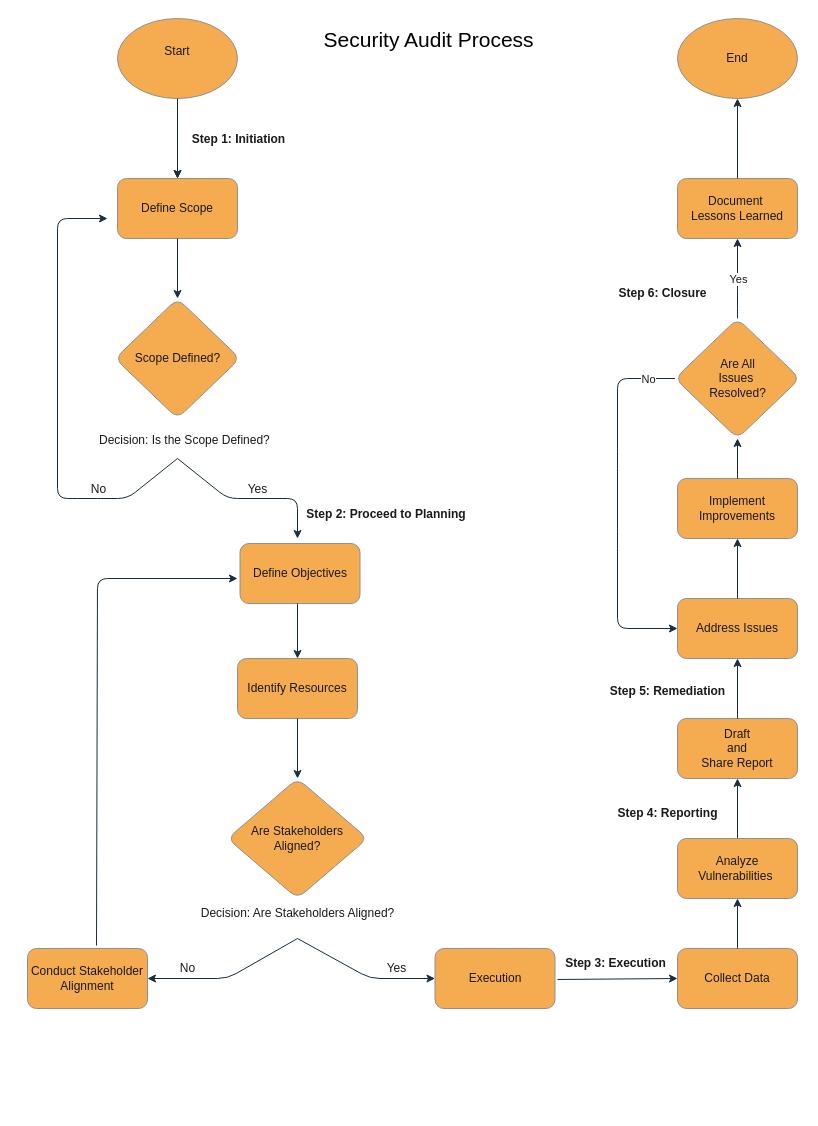
CJWasson/Security-Audit-Botium-Toys keeps this draw.io diagram as Visuals/Security_Audit_Process_Flowchart.drawio. Above is the earlier version. Source tidied: cells renumbered, new cells numbered last; positions are measured from the earlier drawing's top-left corner, leaving out a move shared by most shapes. Both pictures are drawn from the tidied source at 100%, with x=0, y=0 at pixel (27, 18).
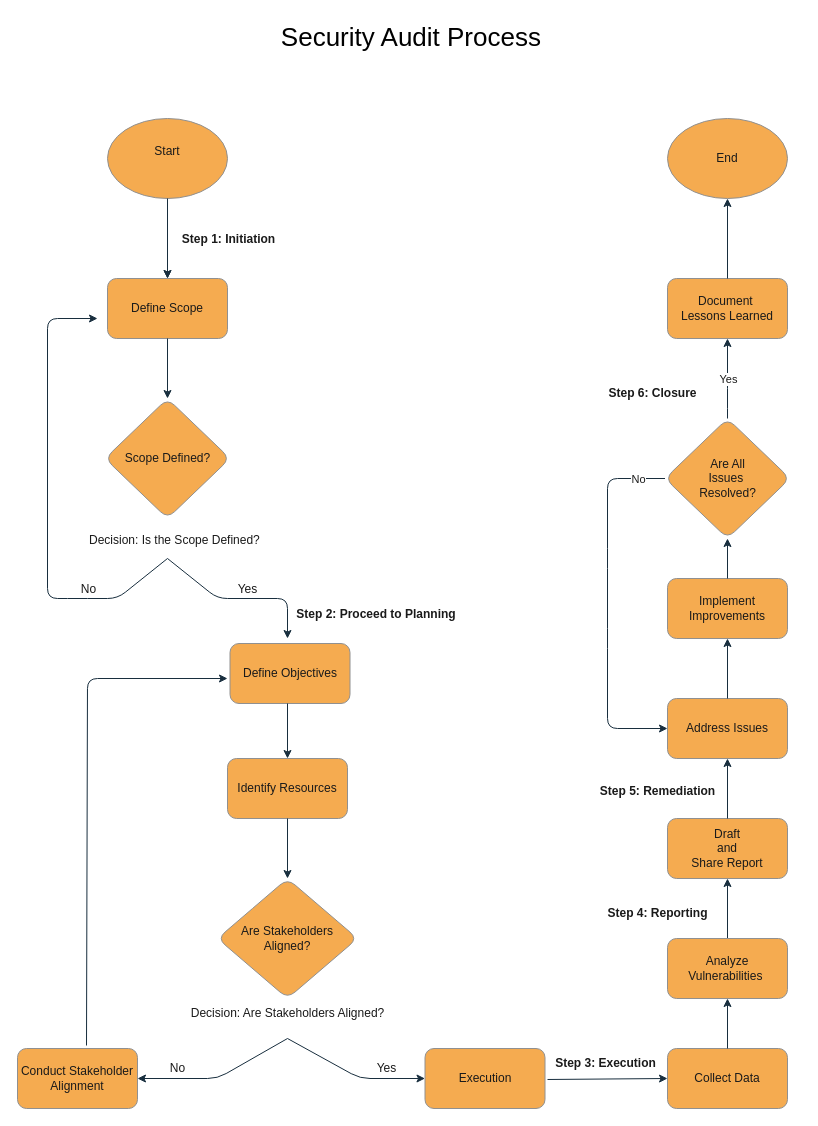
The same page after the edit.

Change to the diagram source:
```diff
@@
-    <mxCell id="2" value="&lt;font&gt;Conduct Stakeholder Alignment&lt;/font&gt;" style="rounded=1;whiteSpace=wrap;html=1;labelBackgroundColor=none;fillColor=#F5AB50;strokeColor=#909090;fontColor=#1A1A1A;" parent="1" vertex="1">
-      <mxGeometry y="930" width="120" height="60" as="geometry" />
-    </mxCell>
+    <mxCell id="53" style="group;" parent="1" vertex="1">
+      <mxGeometry x="20" y="-1" width="742.5" height="1091" as="geometry" />
+    </mxCell>
-    <mxCell id="3" style="group;" parent="1" vertex="1">
-      <mxGeometry x="30" width="742.5" height="990" as="geometry" />
+    <mxCell id="3" style="group;" parent="53" vertex="1">
+      <mxGeometry y="101" width="742.5" height="990" as="geometry" />
     </mxCell>
@@
+    <mxCell id="2" value="&lt;font&gt;Conduct Stakeholder Alignment&lt;/font&gt;" style="rounded=1;whiteSpace=wrap;html=1;labelBackgroundColor=none;fillColor=#F5AB50;strokeColor=#909090;fontColor=#1A1A1A;" parent="3" vertex="1">
+      <mxGeometry x="-30" y="930" width="120" height="60" as="geometry" />
+    </mxCell>
-    <mxCell id="52" value="&lt;font style=&quot;font-size: 21px;&quot;&gt;Security Audit Process&amp;nbsp;&lt;/font&gt;" style="text;html=1;align=center;verticalAlign=middle;strokeColor=none;fillColor=none;" parent="3" vertex="1">
-      <mxGeometry x="257" y="2" width="234" height="37" as="geometry" />
+    <mxCell id="52" value="&lt;font style=&quot;font-size: 26px;&quot;&gt;Security Audit Process&amp;nbsp;&lt;/font&gt;" style="text;html=1;align=center;verticalAlign=middle;strokeColor=none;fillColor=none;" parent="53" vertex="1">
+      <mxGeometry x="222" width="290" height="40" as="geometry" />
     </mxCell>
```
